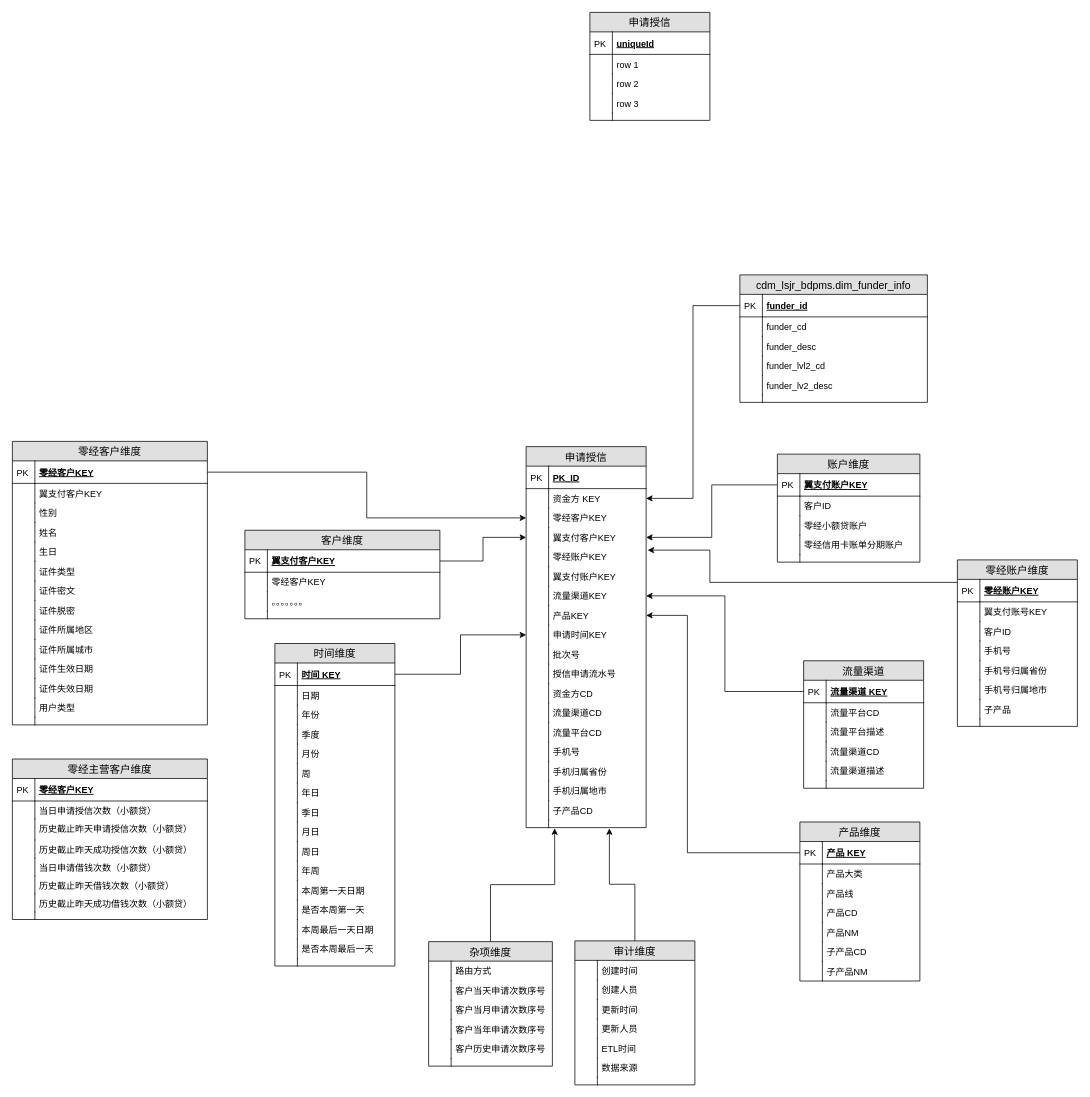
Before: 物理模型.drawio in CarryNi/Orange, a draw.io diagram. Source tidied: cells renumbered, new cells numbered last; positions are measured from the earlier drawing's top-left corner, leaving out a move shared by most shapes. Both pictures are drawn from the tidied source at 75%, with x=0, y=0 at pixel (12, 12).
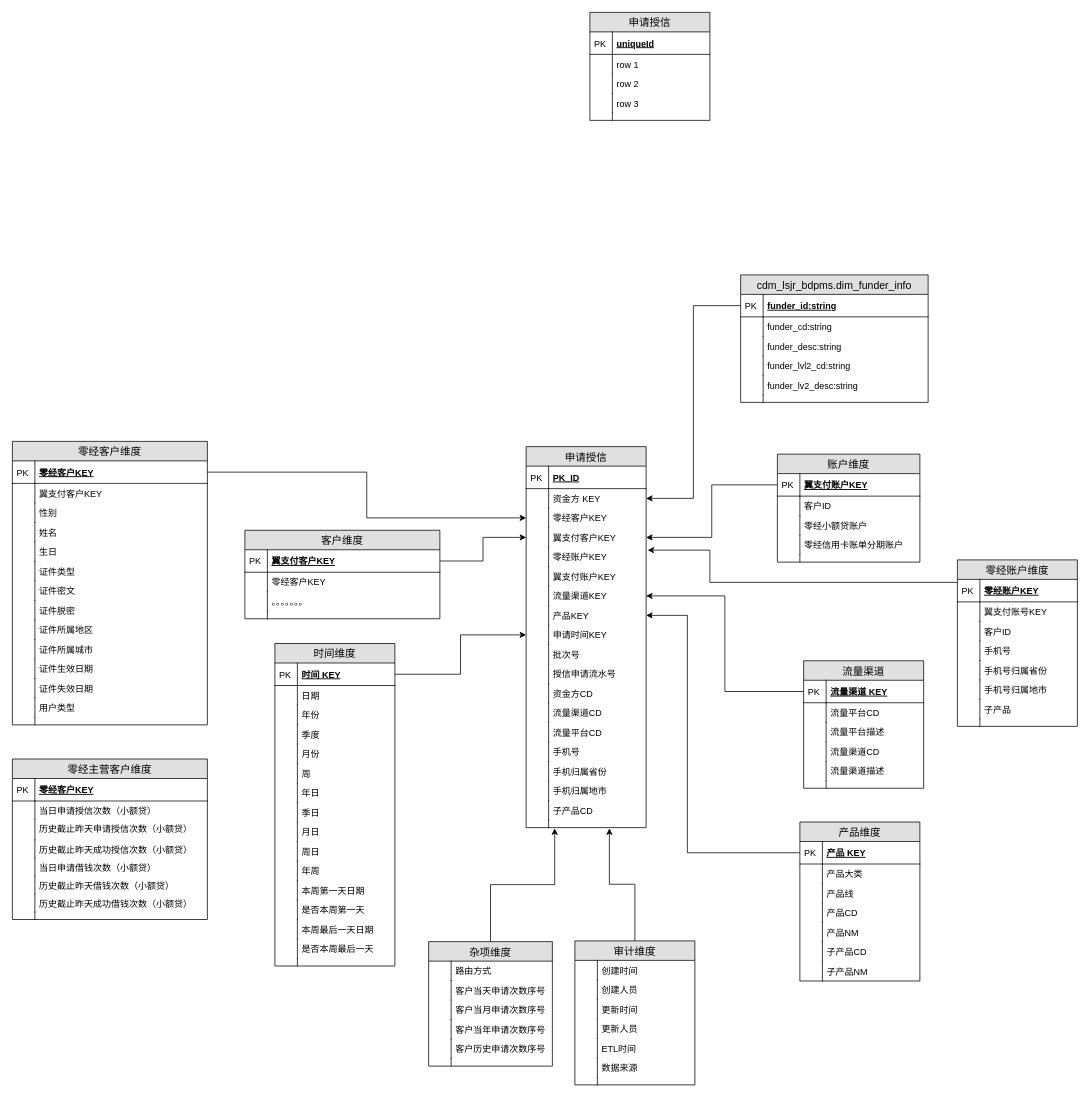
After the change.

What changed in the source:
```diff
@@
     <mxCell id="217" value="cdm_lsjr_bdpms.dim_funder_info" style="swimlane;fontStyle=0;horizontal=1;startSize=26;fillColor=#e0e0e0;swimlaneFillColor=#ffffff;align=center;fontSize=14;" parent="1" vertex="1">
-      <mxGeometry x="970" y="350" width="250" height="170" as="geometry" />
+      <mxGeometry x="971" y="350" width="250" height="170" as="geometry" />
     </mxCell>
-    <mxCell id="218" value="funder_id" style="shape=partialRectangle;top=0;left=0;right=0;bottom=1;align=left;verticalAlign=middle;fillColor=none;spacingLeft=34;spacingRight=4;overflow=hidden;points=[[0,0.5],[1,0.5]];portConstraint=eastwest;fontStyle=5;fontSize=12;" parent="217" vertex="1">
+    <mxCell id="218" value="funder_id:string" style="shape=partialRectangle;top=0;left=0;right=0;bottom=1;align=left;verticalAlign=middle;fillColor=none;spacingLeft=34;spacingRight=4;overflow=hidden;points=[[0,0.5],[1,0.5]];portConstraint=eastwest;fontStyle=5;fontSize=12;" parent="217" vertex="1">
       <mxGeometry y="26" width="250" height="30" as="geometry" />
     </mxCell>
@@
-    <mxCell id="220" value="funder_cd" style="shape=partialRectangle;top=0;left=0;right=0;bottom=0;align=left;verticalAlign=top;fillColor=none;spacingLeft=34;spacingRight=4;overflow=hidden;fontSize=12;" parent="217" vertex="1">
+    <mxCell id="220" value="funder_cd:string" style="shape=partialRectangle;top=0;left=0;right=0;bottom=0;align=left;verticalAlign=top;fillColor=none;spacingLeft=34;spacingRight=4;overflow=hidden;fontSize=12;" parent="217" vertex="1">
       <mxGeometry y="56" width="250" height="26" as="geometry" />
     </mxCell>
@@
-    <mxCell id="222" value="funder_desc" style="shape=partialRectangle;top=0;left=0;right=0;bottom=0;align=left;verticalAlign=top;fillColor=none;spacingLeft=34;spacingRight=4;overflow=hidden;fontSize=12;" parent="217" vertex="1">
+    <mxCell id="222" value="funder_desc:string" style="shape=partialRectangle;top=0;left=0;right=0;bottom=0;align=left;verticalAlign=top;fillColor=none;spacingLeft=34;spacingRight=4;overflow=hidden;fontSize=12;" parent="217" vertex="1">
       <mxGeometry y="82" width="250" height="26" as="geometry" />
     </mxCell>
@@
-    <mxCell id="224" value="funder_lvl2_cd" style="shape=partialRectangle;top=0;left=0;right=0;bottom=0;align=left;verticalAlign=top;fillColor=none;spacingLeft=34;spacingRight=4;overflow=hidden;fontSize=12;" parent="217" vertex="1">
+    <mxCell id="224" value="funder_lvl2_cd:string" style="shape=partialRectangle;top=0;left=0;right=0;bottom=0;align=left;verticalAlign=top;fillColor=none;spacingLeft=34;spacingRight=4;overflow=hidden;fontSize=12;" parent="217" vertex="1">
       <mxGeometry y="108" width="250" height="26" as="geometry" />
     </mxCell>
@@
-    <mxCell id="226" value="funder_lv2_desc" style="shape=partialRectangle;top=0;left=0;right=0;bottom=0;align=left;verticalAlign=top;fillColor=none;spacingLeft=34;spacingRight=4;overflow=hidden;fontSize=12;" parent="217" vertex="1">
+    <mxCell id="226" value="funder_lv2_desc:string" style="shape=partialRectangle;top=0;left=0;right=0;bottom=0;align=left;verticalAlign=top;fillColor=none;spacingLeft=34;spacingRight=4;overflow=hidden;fontSize=12;" parent="217" vertex="1">
       <mxGeometry y="134" width="250" height="26" as="geometry" />
     </mxCell>
```
